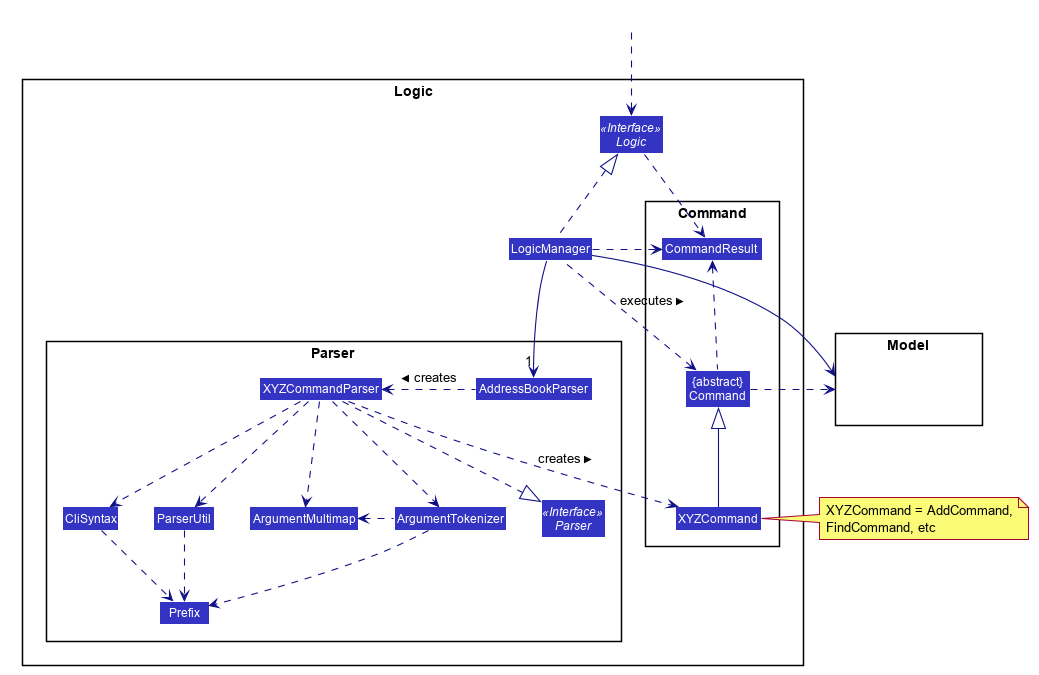
nus-cs2103-AY2021S2/tp keeps this PlantUML diagram as docs/images/LogicClassDiagram.png. Above is the earlier version.
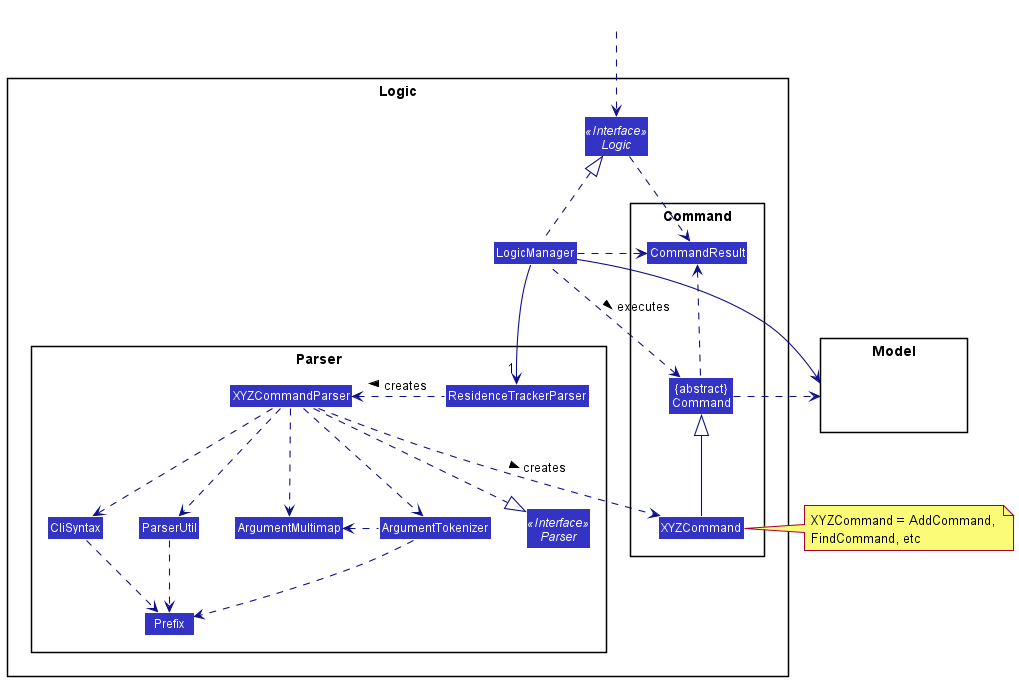
The same file after the commit.

Diff of the diagram source:
```diff
@@ -1,61 +1,14 @@
 @startuml
-
-
-
-
-
-
-
-
-skinparam BackgroundColor #FFFFFFF
-
-skinparam Shadowing false
-
-skinparam Class {
-    FontColor #FFFFFF
-    BorderThickness 1
-    BorderColor #FFFFFF
-    StereotypeFontColor #FFFFFF
-    FontName Arial
-}
-
-skinparam Actor {
-    BorderColor #000000
-    Color #000000
-    FontName Arial
-}
-
-skinparam Sequence {
-    MessageAlign center
-    BoxFontSize 15
-    BoxPadding 0
-    BoxFontColor #FFFFFF
-    FontName Arial
-}
-
-skinparam Participant {
-    FontColor #FFFFFFF
-    Padding 20
-}
-
-skinparam MinClassWidth 50
-skinparam ParticipantPadding 10
-skinparam Shadowing false
-skinparam DefaultTextAlignment center
-skinparam packageStyle Rectangle
-
-hide footbox
-hide members
-hide circle
+!include style.puml
 skinparam arrowThickness 1.1
-skinparam arrowColor #101086
-skinparam classBackgroundColor #3333C4
+skinparam arrowColor LOGIC_COLOR_T4
+skinparam classBackgroundColor LOGIC_COLOR
 
 package Logic {
 
 package Parser {
 Interface Parser <<Interface>>
-Class AddressBookParser
+Class ResidenceTrackerParser
 Class XYZCommandParser
 Class CliSyntax
 Class ParserUtil
@@ -82,8 +35,8 @@
 HiddenOutside ..> Logic
 
 LogicManager .up.|> Logic
-LogicManager -->"1" AddressBookParser
-AddressBookParser .left.> XYZCommandParser: creates >
+LogicManager -->"1" ResidenceTrackerParser
+ResidenceTrackerParser .left.> XYZCommandParser: creates >
 
 XYZCommandParser ..> XYZCommand : creates >
 XYZCommandParser ..|> Parser
```
